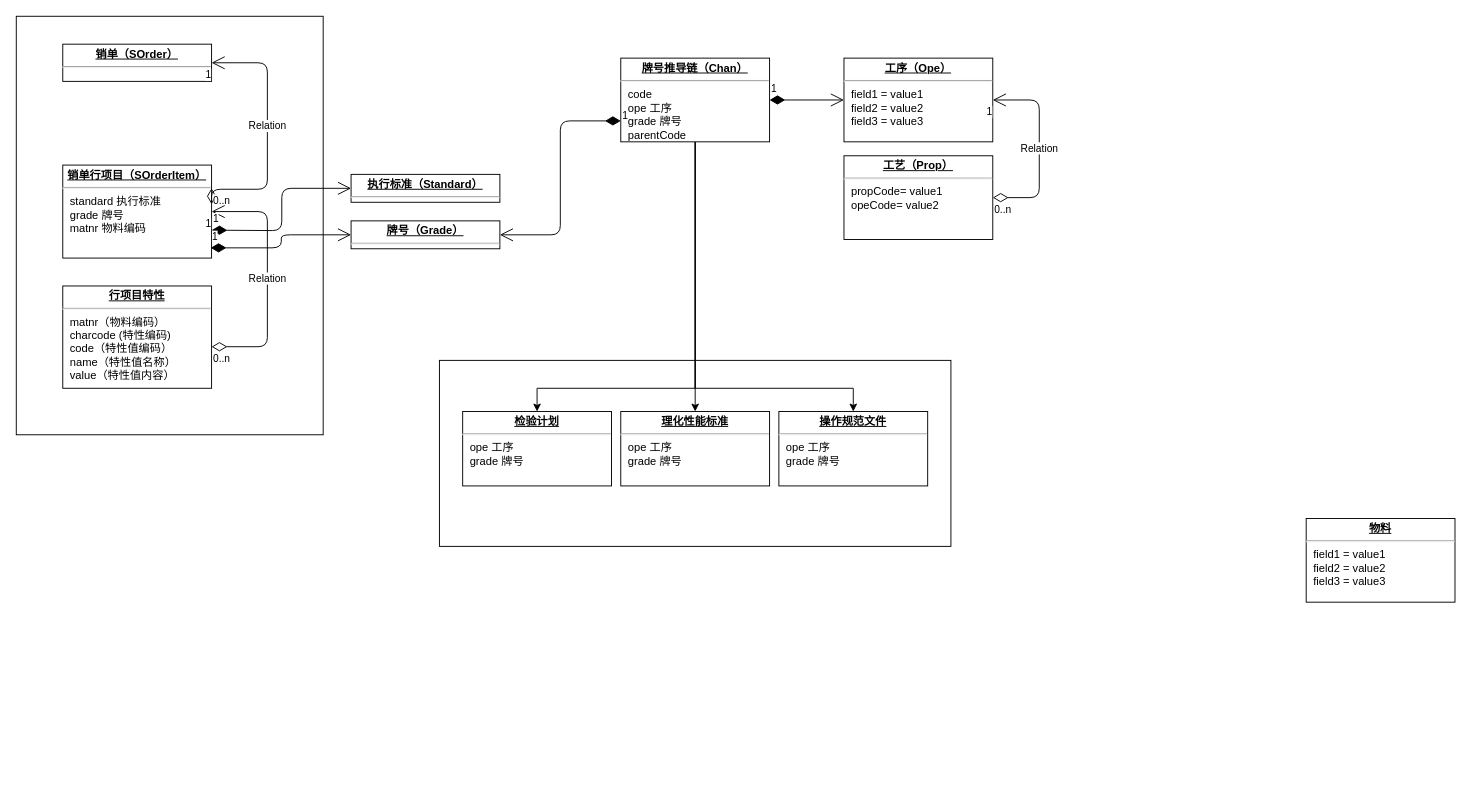
Above: Untitled Diagram.drawio in RexCN/mrp (draw.io), before the change. Source tidied: cells renumbered, new cells numbered last; positions are measured from the earlier drawing's top-left corner, leaving out a move shared by most shapes. Both pictures are drawn from the tidied source at 93%, with x=0, y=0 at pixel (16, 16).
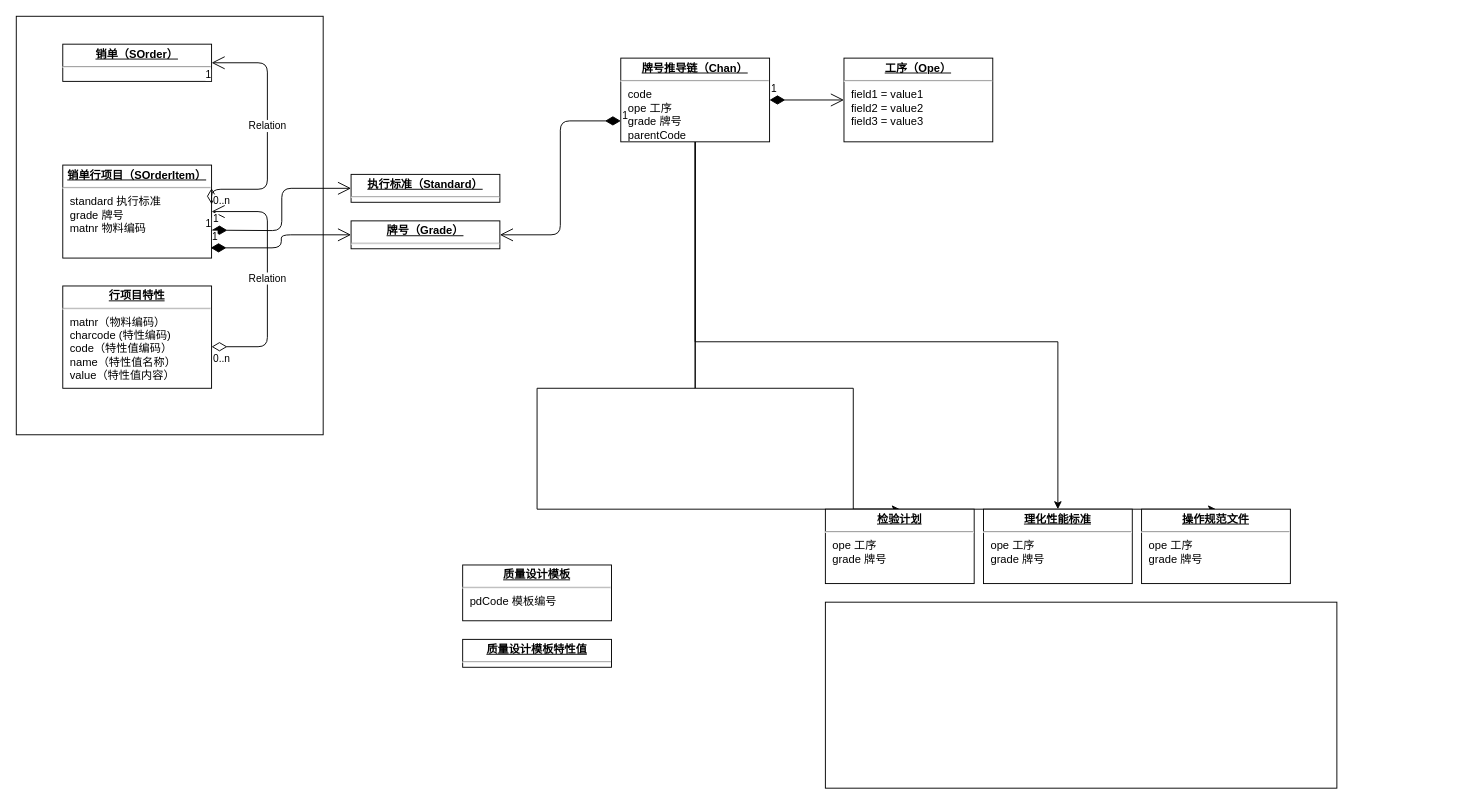
The same diagram, later.

Unchanged cells that the change refers to:
```xml
<mxCell id="4" value="&lt;p style=&quot;margin: 0px ; margin-top: 4px ; text-align: center ; text-decoration: underline&quot;&gt;&lt;b&gt;工序（Ope）&lt;/b&gt;&lt;/p&gt;&lt;hr&gt;&lt;p style=&quot;margin: 0px ; margin-left: 8px&quot;&gt;field1 = value1&lt;br&gt;field2 = value2&lt;br&gt;field3 = value3&lt;/p&gt;" style="verticalAlign=top;align=left;overflow=fill;fontSize=12;fontFamily=Helvetica;html=1;" parent="1" vertex="1">
  <mxGeometry x="890" y="45" width="160" height="90" as="geometry" />
</mxCell>
```

The edit, as a diff of the source:
```diff
@@
     <mxCell id="2" style="rounded=0;whiteSpace=wrap;html=1;" parent="1" vertex="1">
-      <mxGeometry x="455" y="370" width="550" height="200" as="geometry" />
+      <mxGeometry x="870" y="630" width="550" height="200" as="geometry" />
     </mxCell>
@@
-    <mxCell id="5" value="&lt;p style=&quot;margin: 0px ; margin-top: 4px ; text-align: center ; text-decoration: underline&quot;&gt;&lt;b&gt;工艺（Prop）&lt;/b&gt;&lt;/p&gt;&lt;hr&gt;&lt;p style=&quot;margin: 0px ; margin-left: 8px&quot;&gt;propCode= value1&lt;br&gt;opeCode= value2&lt;br&gt;&lt;/p&gt;" style="verticalAlign=top;align=left;overflow=fill;fontSize=12;fontFamily=Helvetica;html=1;" parent="1" vertex="1">
-      <mxGeometry x="890" y="150" width="160" height="90" as="geometry" />
-    </mxCell>
@@
-    <mxCell id="11" value="Relation" style="endArrow=open;html=1;endSize=12;startArrow=diamondThin;startSize=14;startFill=0;edgeStyle=orthogonalEdgeStyle;entryX=1;entryY=0.5;entryDx=0;entryDy=0;exitX=1;exitY=0.5;exitDx=0;exitDy=0;" parent="1" edge="1" source="5" target="4">
-      <mxGeometry relative="1" as="geometry">
-        <Array as="points">
-          <mxPoint x="1100" y="195" />
-          <mxPoint x="1100" y="90" />
-        </Array>
-      </mxGeometry>
-    </mxCell>
-    <mxCell id="12" value="0..n" style="edgeLabel;html=1;align=left;verticalAlign=top;" parent="11" vertex="1">
-      <mxGeometry x="-1" relative="1" as="geometry" />
-    </mxCell>
-    <mxCell id="13" value="1" style="edgeLabel;html=1;align=right;verticalAlign=top;" parent="11" vertex="1">
-      <mxGeometry x="1" relative="1" as="geometry" />
-    </mxCell>
-    <mxCell id="14" value="&lt;p style=&quot;margin: 0px ; margin-top: 4px ; text-align: center ; text-decoration: underline&quot;&gt;&lt;b&gt;物料&lt;/b&gt;&lt;/p&gt;&lt;hr&gt;&lt;p style=&quot;margin: 0px ; margin-left: 8px&quot;&gt;field1 = value1&lt;br&gt;field2 = value2&lt;br&gt;field3 = value3&lt;/p&gt;" style="verticalAlign=top;align=left;overflow=fill;fontSize=12;fontFamily=Helvetica;html=1;" parent="1" vertex="1">
-      <mxGeometry x="1387" y="540" width="160" height="90" as="geometry" />
-    </mxCell>
@@
     <mxCell id="29" value="&lt;p style=&quot;margin: 0px ; margin-top: 4px ; text-align: center ; text-decoration: underline&quot;&gt;&lt;b&gt;检验计划&lt;/b&gt;&lt;/p&gt;&lt;hr&gt;&lt;p style=&quot;margin: 0px ; margin-left: 8px&quot;&gt;ope 工序&lt;br&gt;grade 牌号&lt;br&gt;&lt;/p&gt;" style="verticalAlign=top;align=left;overflow=fill;fontSize=12;fontFamily=Helvetica;html=1;" parent="1" vertex="1">
-      <mxGeometry x="480" y="425" width="160" height="80" as="geometry" />
+      <mxGeometry x="870" y="530" width="160" height="80" as="geometry" />
     </mxCell>
     <mxCell id="30" value="&lt;p style=&quot;margin: 0px ; margin-top: 4px ; text-align: center ; text-decoration: underline&quot;&gt;&lt;b&gt;理化性能标准&lt;/b&gt;&lt;/p&gt;&lt;hr&gt;&lt;p style=&quot;margin: 0px ; margin-left: 8px&quot;&gt;ope 工序&lt;br&gt;grade 牌号&lt;br&gt;&lt;/p&gt;" style="verticalAlign=top;align=left;overflow=fill;fontSize=12;fontFamily=Helvetica;html=1;" parent="1" vertex="1">
-      <mxGeometry x="650" y="425" width="160" height="80" as="geometry" />
+      <mxGeometry x="1040" y="530" width="160" height="80" as="geometry" />
     </mxCell>
     <mxCell id="31" value="&lt;p style=&quot;margin: 0px ; margin-top: 4px ; text-align: center ; text-decoration: underline&quot;&gt;&lt;b&gt;操作规范文件&lt;/b&gt;&lt;/p&gt;&lt;hr&gt;&lt;p style=&quot;margin: 0px ; margin-left: 8px&quot;&gt;ope 工序&lt;br&gt;grade 牌号&lt;br&gt;&lt;/p&gt;" style="verticalAlign=top;align=left;overflow=fill;fontSize=12;fontFamily=Helvetica;html=1;" parent="1" vertex="1">
-      <mxGeometry x="820" y="425" width="160" height="80" as="geometry" />
+      <mxGeometry x="1210" y="530" width="160" height="80" as="geometry" />
     </mxCell>
+    <mxCell id="32" value="&lt;p style=&quot;margin: 0px ; margin-top: 4px ; text-align: center ; text-decoration: underline&quot;&gt;&lt;b&gt;质量设计模板&lt;/b&gt;&lt;/p&gt;&lt;hr&gt;&lt;p style=&quot;margin: 0px ; margin-left: 8px&quot;&gt;pdCode 模板编号&lt;/p&gt;" style="verticalAlign=top;align=left;overflow=fill;fontSize=12;fontFamily=Helvetica;html=1;" parent="1" vertex="1">
+      <mxGeometry x="480" y="590" width="160" height="60" as="geometry" />
+    </mxCell>
+    <mxCell id="33" value="&lt;p style=&quot;margin: 0px ; margin-top: 4px ; text-align: center ; text-decoration: underline&quot;&gt;&lt;b&gt;质量设计模板特性值&lt;/b&gt;&lt;/p&gt;&lt;hr&gt;&lt;p style=&quot;margin: 0px ; margin-left: 8px&quot;&gt;&lt;br&gt;&lt;/p&gt;" style="verticalAlign=top;align=left;overflow=fill;fontSize=12;fontFamily=Helvetica;html=1;" parent="1" vertex="1">
+      <mxGeometry x="480" y="670" width="160" height="30" as="geometry" />
+    </mxCell>
```
